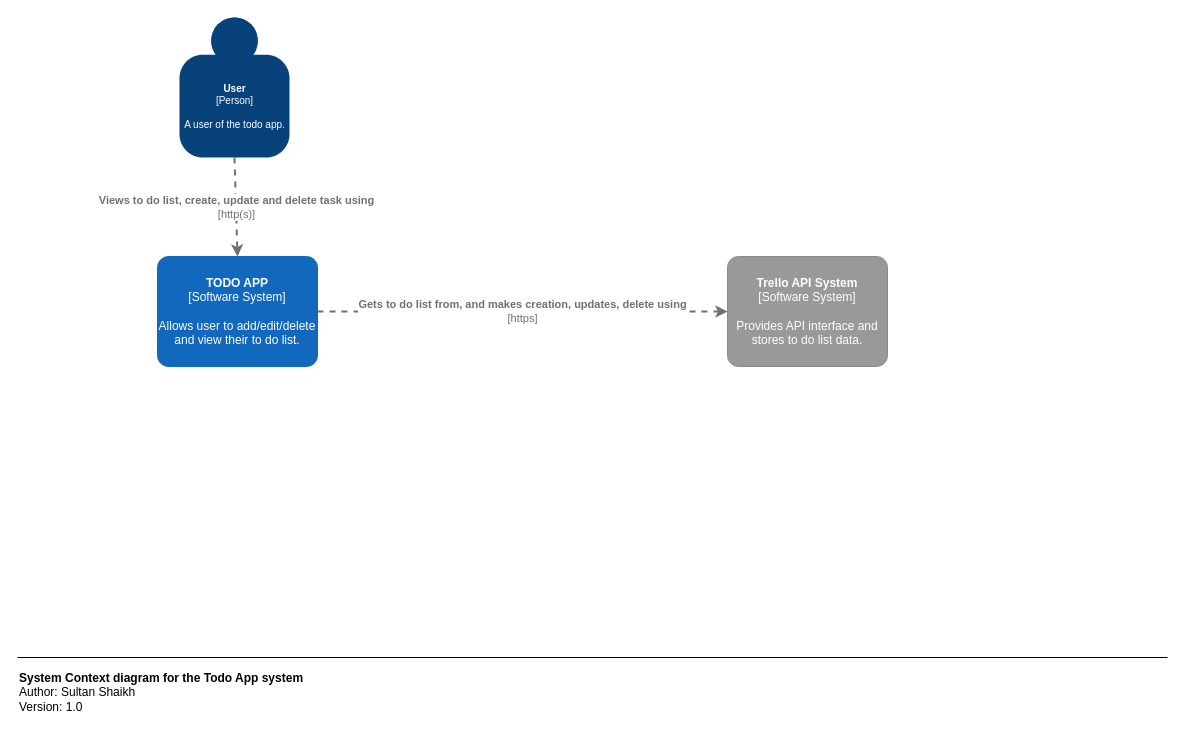
Above: page "Level 1" (1 of 3) of documentation/TODO App C4 Diagrams.drawio in sultanshaikh-devops/DevOps-Course-Starter (draw.io), before the change. Source tidied: cells renumbered, new cells numbered last; positions are measured from the earlier drawing's top-left corner, leaving out a move shared by most shapes. Both pictures are drawn from the tidied source at 100%, with x=0, y=0 at pixel (17, 17).
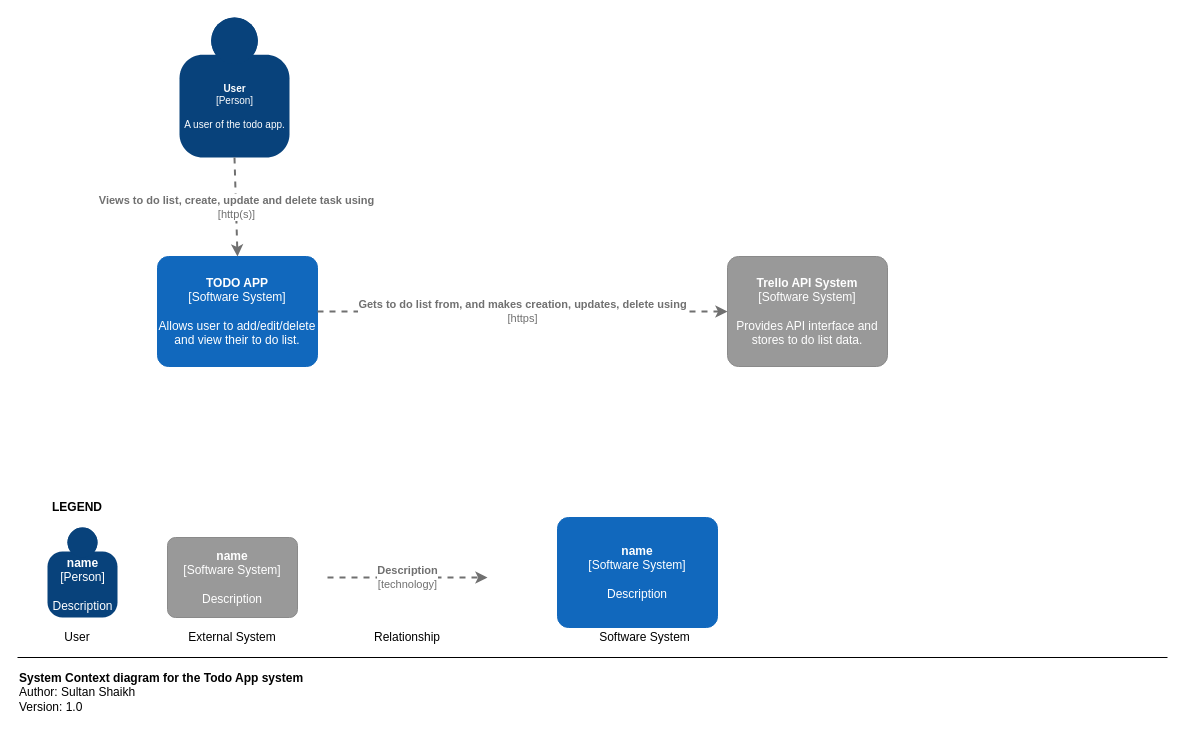
After the change.

The edit, as a diff of the source:
```diff
@@
+    <mxCell id="9" value="LEGEND" style="text;html=1;strokeColor=none;fillColor=none;align=center;verticalAlign=middle;whiteSpace=wrap;rounded=0;fontStyle=1;" parent="1" vertex="1">
+      <mxGeometry x="30" y="480" width="60" height="20" as="geometry" />
+    </mxCell>
+    <object id="10" label="&lt;b&gt;%c4Name%&lt;/b&gt;&lt;div&gt;[%c4Type%]&lt;/div&gt;&lt;br&gt;&lt;div&gt;%c4Description%&lt;/div&gt;" c4Description="Description" c4Name="name" c4Type="Person" placeholders="1">
+      <mxCell style="html=1;dashed=0;whitespace=wrap;fillColor=#08427b;strokeColor=none;fontColor=#ffffff;shape=mxgraph.c4.person;align=center;metaData={&quot;c4Type&quot;:{&quot;editable&quot;:false}};rounded=0;" parent="1" vertex="1">
+        <mxGeometry x="30" y="510" width="70" height="90" as="geometry" />
+      </mxCell>
+    </object>
+    <mxCell id="11" value="User" style="text;html=1;strokeColor=none;fillColor=none;align=center;verticalAlign=middle;whiteSpace=wrap;rounded=0;" parent="1" vertex="1">
+      <mxGeometry x="40" y="610" width="40" height="20" as="geometry" />
+    </mxCell>
+    <object id="12" label="&lt;b&gt;%c4Name%&lt;/b&gt;&lt;div&gt;[%c4Type%]&lt;/div&gt;&lt;br&gt;&lt;div&gt;%c4Description%&lt;/div&gt;" c4Description="Description" c4Name="name" c4Type="Software System" placeholders="1">
+      <mxCell style="rounded=1;whiteSpace=wrap;html=1;labelBackgroundColor=none;fillColor=#999999;fontColor=#ffffff;align=center;arcSize=10;strokeColor=#8A8A8A;metaData={&quot;c4Type&quot;:{&quot;editable&quot;:false}};" parent="1" vertex="1">
+        <mxGeometry x="150" y="520" width="130" height="80" as="geometry" />
+      </mxCell>
+    </object>
+    <mxCell id="13" value="External System" style="text;html=1;strokeColor=none;fillColor=none;align=center;verticalAlign=middle;whiteSpace=wrap;rounded=0;" parent="1" vertex="1">
+      <mxGeometry x="170" y="610" width="90" height="20" as="geometry" />
+    </mxCell>
+    <object id="14" label="&lt;div style=&quot;text-align: left&quot;&gt;&lt;div style=&quot;text-align: center&quot;&gt;&lt;b&gt;%c4Description%&lt;/b&gt;&lt;/div&gt;&lt;div style=&quot;text-align: center&quot;&gt;[%c4Technology%]&lt;/div&gt;&lt;/div&gt;" c4Description="Description" c4Technology="technology" placeholders="1">
+      <mxCell style="edgeStyle=none;rounded=0;html=1;entryX=0;entryY=0.5;jettySize=auto;orthogonalLoop=1;strokeColor=#707070;strokeWidth=2;fontColor=#707070;jumpStyle=none;dashed=1;metaData={&quot;c4Type&quot;:{&quot;editable&quot;:false}};startArrow=none;startFill=0;" parent="1" edge="1">
+        <mxGeometry relative="1" as="geometry">
+          <mxPoint x="310" y="560" as="sourcePoint" />
+          <mxPoint x="470" y="560" as="targetPoint" />
+        </mxGeometry>
+      </mxCell>
+    </object>
+    <mxCell id="15" value="Relationship" style="text;html=1;strokeColor=none;fillColor=none;align=center;verticalAlign=middle;whiteSpace=wrap;rounded=0;" parent="1" vertex="1">
+      <mxGeometry x="350" y="610" width="80" height="20" as="geometry" />
+    </mxCell>
+    <object id="16" label="&lt;b&gt;%c4Name%&lt;/b&gt;&lt;div&gt;[%c4Type%]&lt;/div&gt;&lt;br&gt;&lt;div&gt;%c4Description%&lt;/div&gt;" c4Description="Description" c4Name="name" c4Type="Software System" placeholders="1">
+      <mxCell style="rounded=1;whiteSpace=wrap;html=1;labelBackgroundColor=none;fillColor=#1168BD;fontColor=#ffffff;align=center;arcSize=10;strokeColor=#1168BD;metaData={&quot;c4Type&quot;:{&quot;editable&quot;:false}};" parent="1" vertex="1">
+        <mxGeometry x="540" y="500" width="160" height="110" as="geometry" />
+      </mxCell>
+    </object>
+    <mxCell id="17" value="Software System" style="text;html=1;strokeColor=none;fillColor=none;align=center;verticalAlign=middle;whiteSpace=wrap;rounded=0;" parent="1" vertex="1">
+      <mxGeometry x="575" y="610" width="105" height="20" as="geometry" />
+    </mxCell>
```
